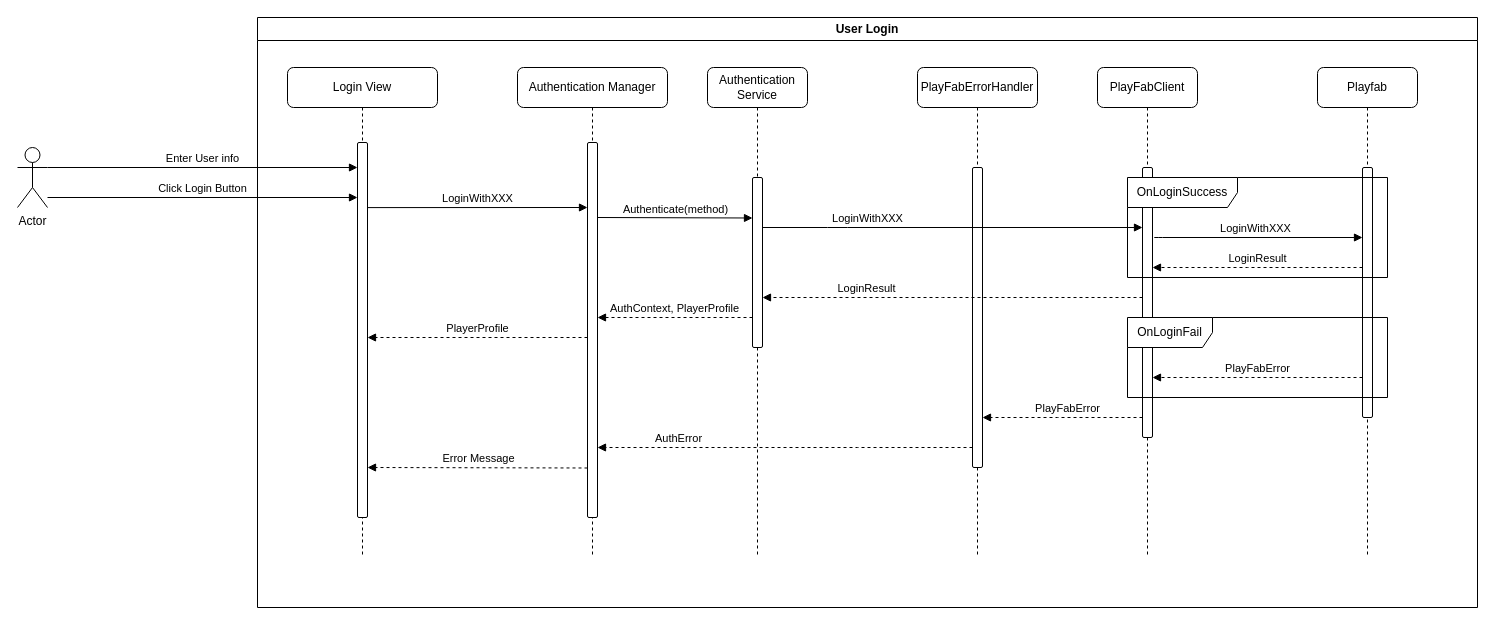
Before: page "Login" (2 of 3) of cosmic-shore-backend-services.drawio in froglet-studio/cosmic-shore-backend-diagrams, a draw.io diagram. Source tidied: cells renumbered, new cells numbered last; positions are measured from the earlier drawing's top-left corner, leaving out a move shared by most shapes. Both pictures are drawn from the tidied source at 100%, with x=0, y=0 at pixel (17, 17).
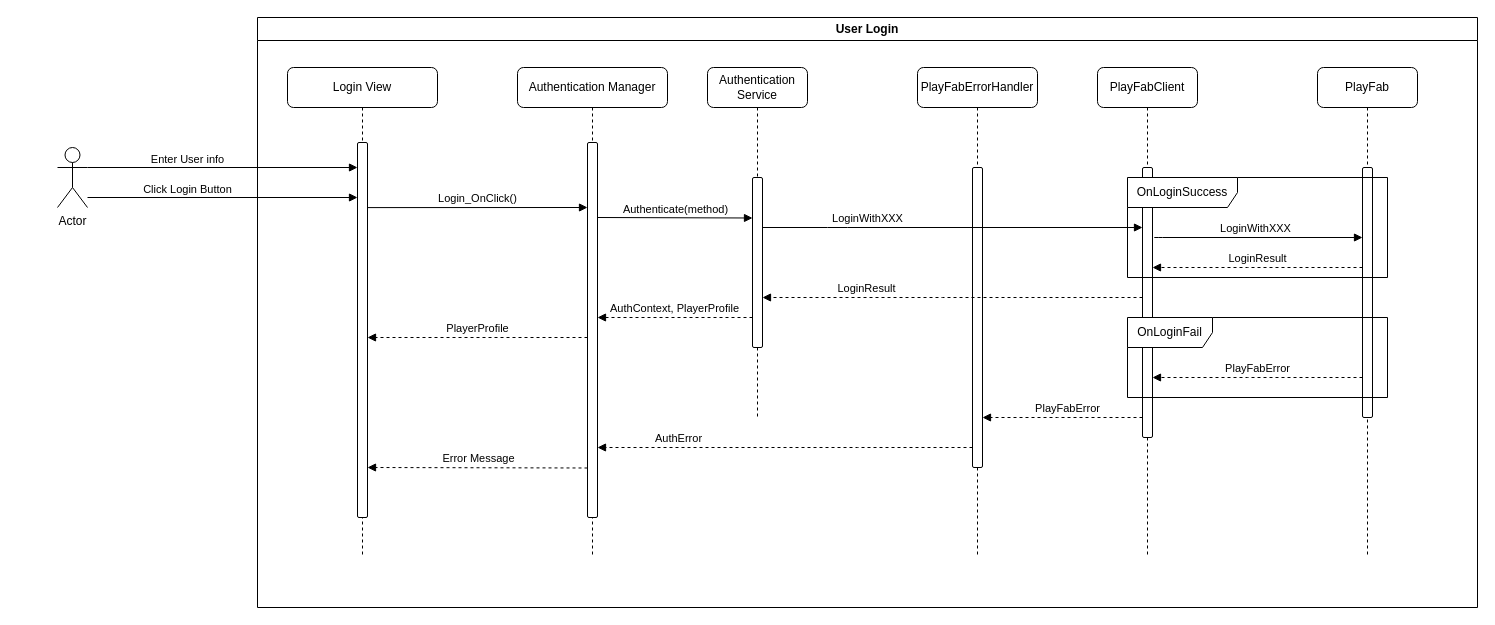
After the change.

The change refers to these unchanged cells:
```xml
<mxCell id="23" value="User Login" style="swimlane;whiteSpace=wrap;html=1;" parent="1" vertex="1">
  <mxGeometry x="240" width="1220" height="590" as="geometry" />
</mxCell>
```

Diff of the diagram source:
```diff
@@
     <mxCell id="4" value="Authentication Service" style="shape=umlLifeline;perimeter=lifelinePerimeter;whiteSpace=wrap;html=1;newEdgeStyle={&quot;edgeStyle&quot;:&quot;elbowEdgeStyle&quot;,&quot;elbow&quot;:&quot;vertical&quot;,&quot;curved&quot;:0,&quot;rounded&quot;:0};labelBackgroundColor=none;rounded=1;" parent="1" vertex="1">
-      <mxGeometry x="690" y="50" width="100" height="490" as="geometry" />
+      <mxGeometry x="690" y="50" width="100" height="350" as="geometry" />
     </mxCell>
@@
-    <mxCell id="11" value="Playfab" style="shape=umlLifeline;perimeter=lifelinePerimeter;whiteSpace=wrap;html=1;newEdgeStyle={&quot;edgeStyle&quot;:&quot;elbowEdgeStyle&quot;,&quot;elbow&quot;:&quot;vertical&quot;,&quot;curved&quot;:0,&quot;rounded&quot;:0};labelBackgroundColor=none;rounded=1;" parent="1" vertex="1">
+    <mxCell id="11" value="PlayFab" style="shape=umlLifeline;perimeter=lifelinePerimeter;whiteSpace=wrap;html=1;newEdgeStyle={&quot;edgeStyle&quot;:&quot;elbowEdgeStyle&quot;,&quot;elbow&quot;:&quot;vertical&quot;,&quot;curved&quot;:0,&quot;rounded&quot;:0};labelBackgroundColor=none;rounded=1;" parent="1" vertex="1">
       <mxGeometry x="1300" y="50" width="100" height="490" as="geometry" />
     </mxCell>
@@
     <mxCell id="24" value="Click Login Button" style="html=1;verticalAlign=bottom;endArrow=block;edgeStyle=elbowEdgeStyle;elbow=vertical;curved=0;rounded=1;labelBackgroundColor=none;fontColor=default;" parent="23" edge="1" source="31">
-      <mxGeometry relative="1" as="geometry">
+      <mxGeometry x="-0.26" y="-1" relative="1" as="geometry">
         <mxPoint x="100" y="180.6" as="targetPoint" />
         <Array as="points">
           <mxPoint x="110" y="180" />
         </Array>
       </mxGeometry>
     </mxCell>
     <mxCell id="25" value="Enter User info" style="html=1;verticalAlign=bottom;endArrow=block;edgeStyle=elbowEdgeStyle;elbow=vertical;curved=0;rounded=1;labelBackgroundColor=none;fontColor=default;exitX=1;exitY=0.3333333333333333;exitDx=0;exitDy=0;exitPerimeter=0;" parent="23" edge="1" source="31">
-      <mxGeometry relative="1" as="geometry">
+      <mxGeometry x="-0.26" y="-1" relative="1" as="geometry">
         <mxPoint x="100" y="150.6" as="targetPoint" />
         <Array as="points">
           <mxPoint x="110" y="150" />
         </Array>
       </mxGeometry>
     </mxCell>
-    <mxCell id="26" value="LoginWithXXX" style="html=1;verticalAlign=bottom;endArrow=block;edgeStyle=elbowEdgeStyle;elbow=vertical;curved=0;rounded=1;labelBackgroundColor=none;fontColor=default;" parent="23" edge="1">
+    <mxCell id="26" value="Login_OnClick()" style="html=1;verticalAlign=bottom;endArrow=block;edgeStyle=elbowEdgeStyle;elbow=vertical;curved=0;rounded=1;labelBackgroundColor=none;fontColor=default;" parent="23" edge="1">
       <mxGeometry relative="1" as="geometry">
         <mxPoint x="110" y="190.1" as="sourcePoint" />
         <mxPoint x="330" y="190.1" as="targetPoint" />
       </mxGeometry>
     </mxCell>
@@
     <mxCell id="31" value="Actor" style="shape=umlActor;verticalLabelPosition=bottom;verticalAlign=top;html=1;outlineConnect=0;" parent="1" vertex="1">
-      <mxGeometry y="130" width="30" height="60" as="geometry" />
+      <mxGeometry x="40" y="130" width="30" height="60" as="geometry" />
     </mxCell>
```
